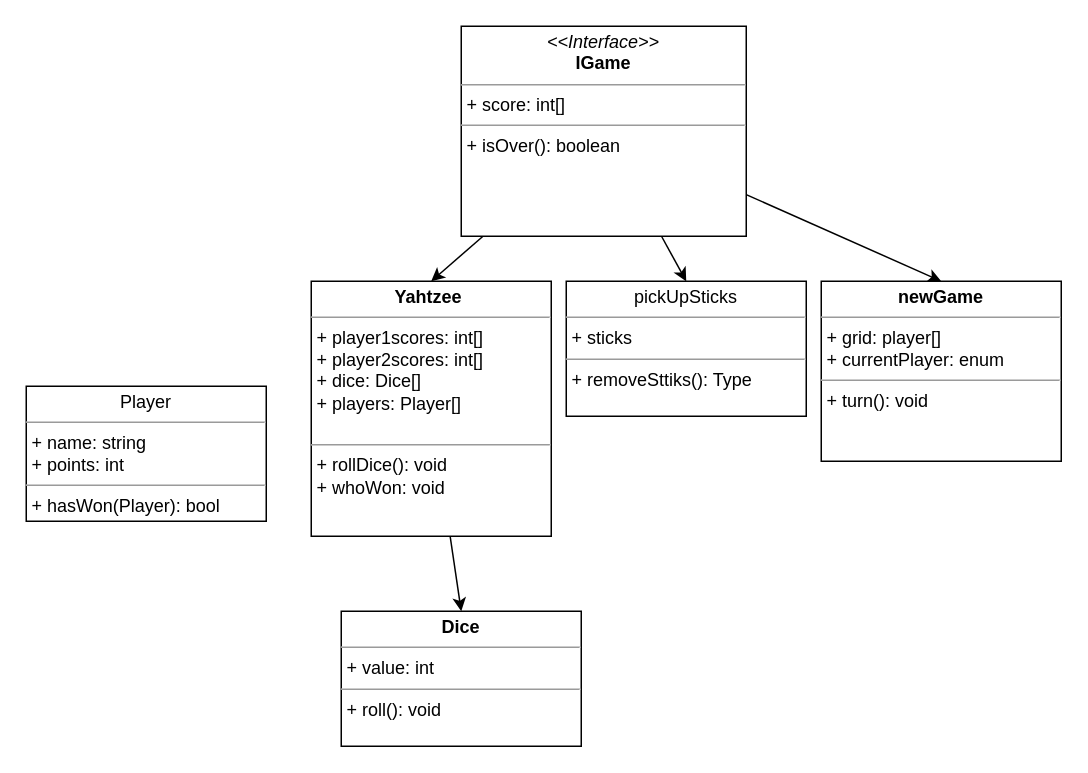
This is finalproject.drawio from pokreman06/finalProject, a draw.io file, before an edit. Source tidied: cells renumbered, new cells numbered last; positions are measured from the earlier drawing's top-left corner, leaving out a move shared by most shapes. Both pictures are drawn from the tidied source at 150%, with x=0, y=0 at pixel (26, 26).
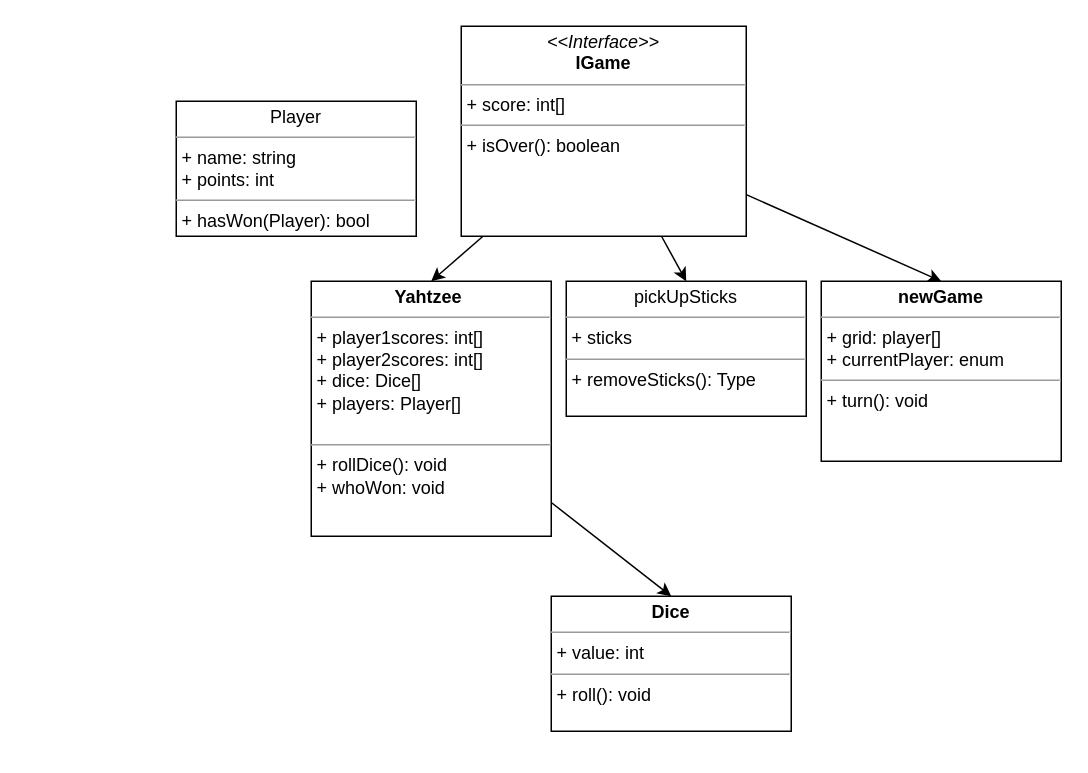
After the change.

What changed in the source:
```diff
@@
 <mxGraphModel>
   <root>
     <mxCell id="0" />
     <mxCell id="1" parent="0" />
     <mxCell id="2" value="&lt;p style=&quot;margin: 0px ; margin-top: 4px ; text-align: center&quot;&gt;Player&lt;/p&gt;&lt;hr size=&quot;1&quot;&gt;&lt;p style=&quot;margin: 0px ; margin-left: 4px&quot;&gt;+ name: string&lt;/p&gt;&lt;p style=&quot;margin: 0px ; margin-left: 4px&quot;&gt;+ points: int&lt;/p&gt;&lt;hr size=&quot;1&quot;&gt;&lt;p style=&quot;margin: 0px ; margin-left: 4px&quot;&gt;+ hasWon(Player): bool&lt;/p&gt;" style="verticalAlign=top;align=left;overflow=fill;fontSize=12;fontFamily=Helvetica;html=1;" parent="1" vertex="1">
-      <mxGeometry y="240" width="160" height="90" as="geometry" />
+      <mxGeometry x="100" y="50" width="160" height="90" as="geometry" />
     </mxCell>
     <mxCell id="3" style="edgeStyle=none;html=1;entryX=0.5;entryY=0;entryDx=0;entryDy=0;" parent="1" edge="1" source="6" target="9">
       <mxGeometry relative="1" as="geometry" />
     </mxCell>
     <mxCell id="4" style="edgeStyle=none;html=1;entryX=0.5;entryY=0;entryDx=0;entryDy=0;" parent="1" edge="1" source="6" target="7">
       <mxGeometry relative="1" as="geometry" />
     </mxCell>
     <mxCell id="5" style="edgeStyle=none;html=1;entryX=0.5;entryY=0;entryDx=0;entryDy=0;" parent="1" edge="1" source="6" target="10">
       <mxGeometry relative="1" as="geometry" />
     </mxCell>
     <mxCell id="6" value="&lt;p style=&quot;margin: 0px ; margin-top: 4px ; text-align: center&quot;&gt;&lt;i&gt;&amp;lt;&amp;lt;Interface&amp;gt;&amp;gt;&lt;/i&gt;&lt;br&gt;&lt;b&gt;IGame&lt;/b&gt;&lt;/p&gt;&lt;hr size=&quot;1&quot;&gt;&lt;p style=&quot;margin: 0px ; margin-left: 4px&quot;&gt;+ score: int[]&lt;br&gt;&lt;/p&gt;&lt;hr size=&quot;1&quot;&gt;&lt;p style=&quot;margin: 0px ; margin-left: 4px&quot;&gt;+ isOver(): boolean&lt;br&gt;&lt;/p&gt;" style="verticalAlign=top;align=left;overflow=fill;fontSize=12;fontFamily=Helvetica;html=1;" parent="1" vertex="1">
       <mxGeometry x="290" width="190" height="140" as="geometry" />
     </mxCell>
-    <mxCell id="7" value="&lt;p style=&quot;margin: 0px ; margin-top: 4px ; text-align: center&quot;&gt;pickUpSticks&lt;/p&gt;&lt;hr size=&quot;1&quot;&gt;&lt;p style=&quot;margin: 0px ; margin-left: 4px&quot;&gt;+ sticks&lt;/p&gt;&lt;hr size=&quot;1&quot;&gt;&lt;p style=&quot;margin: 0px ; margin-left: 4px&quot;&gt;+ removeSttiks(): Type&lt;/p&gt;" style="verticalAlign=top;align=left;overflow=fill;fontSize=12;fontFamily=Helvetica;html=1;" parent="1" vertex="1">
+    <mxCell id="7" value="&lt;p style=&quot;margin: 0px ; margin-top: 4px ; text-align: center&quot;&gt;pickUpSticks&lt;/p&gt;&lt;hr size=&quot;1&quot;&gt;&lt;p style=&quot;margin: 0px ; margin-left: 4px&quot;&gt;+ sticks&lt;/p&gt;&lt;hr size=&quot;1&quot;&gt;&lt;p style=&quot;margin: 0px ; margin-left: 4px&quot;&gt;+ removeSticks(): Type&lt;/p&gt;" style="verticalAlign=top;align=left;overflow=fill;fontSize=12;fontFamily=Helvetica;html=1;" parent="1" vertex="1">
       <mxGeometry x="360" y="170" width="160" height="90" as="geometry" />
     </mxCell>
     <mxCell id="8" style="edgeStyle=none;html=1;entryX=0.5;entryY=0;entryDx=0;entryDy=0;" parent="1" edge="1" source="9" target="11">
       <mxGeometry relative="1" as="geometry" />
     </mxCell>
     <mxCell id="9" value="&lt;p style=&quot;margin: 0px ; margin-top: 4px ; text-align: center&quot;&gt;&lt;b&gt;Yahtzee&amp;nbsp;&lt;/b&gt;&lt;/p&gt;&lt;hr size=&quot;1&quot;&gt;&lt;p style=&quot;margin: 0px ; margin-left: 4px&quot;&gt;+ player1scores: int[]&lt;/p&gt;&lt;p style=&quot;margin: 0px ; margin-left: 4px&quot;&gt;+ player2scores: int[]&lt;br&gt;&lt;/p&gt;&lt;p style=&quot;margin: 0px ; margin-left: 4px&quot;&gt;+ dice: Dice[]&lt;/p&gt;&lt;p style=&quot;margin: 0px ; margin-left: 4px&quot;&gt;+ players: Player[]&lt;/p&gt;&lt;p style=&quot;margin: 0px ; margin-left: 4px&quot;&gt;&lt;br&gt;&lt;/p&gt;&lt;hr size=&quot;1&quot;&gt;&lt;p style=&quot;margin: 0px ; margin-left: 4px&quot;&gt;+ rollDice(): void&amp;nbsp;&lt;/p&gt;&lt;p style=&quot;margin: 0px ; margin-left: 4px&quot;&gt;+ whoWon: void&lt;/p&gt;" style="verticalAlign=top;align=left;overflow=fill;fontSize=12;fontFamily=Helvetica;html=1;" parent="1" vertex="1">
       <mxGeometry x="190" y="170" width="160" height="170" as="geometry" />
     </mxCell>
     <mxCell id="10" value="&lt;p style=&quot;margin: 0px ; margin-top: 4px ; text-align: center&quot;&gt;&lt;b&gt;newGame&lt;/b&gt;&lt;/p&gt;&lt;hr size=&quot;1&quot;&gt;&lt;p style=&quot;margin: 0px ; margin-left: 4px&quot;&gt;+ grid: player[]&lt;/p&gt;&lt;p style=&quot;margin: 0px ; margin-left: 4px&quot;&gt;+ currentPlayer: enum&lt;/p&gt;&lt;hr size=&quot;1&quot;&gt;&lt;p style=&quot;margin: 0px ; margin-left: 4px&quot;&gt;+ turn(): void&lt;/p&gt;" style="verticalAlign=top;align=left;overflow=fill;fontSize=12;fontFamily=Helvetica;html=1;" parent="1" vertex="1">
       <mxGeometry x="530" y="170" width="160" height="120" as="geometry" />
     </mxCell>
     <mxCell id="11" value="&lt;p style=&quot;margin: 0px ; margin-top: 4px ; text-align: center&quot;&gt;&lt;b&gt;Dice&lt;/b&gt;&lt;/p&gt;&lt;hr size=&quot;1&quot;&gt;&lt;p style=&quot;margin: 0px ; margin-left: 4px&quot;&gt;+ value: int&lt;/p&gt;&lt;hr size=&quot;1&quot;&gt;&lt;p style=&quot;margin: 0px ; margin-left: 4px&quot;&gt;+ roll(): void&lt;/p&gt;" style="verticalAlign=top;align=left;overflow=fill;fontSize=12;fontFamily=Helvetica;html=1;" parent="1" vertex="1">
-      <mxGeometry x="210" y="390" width="160" height="90" as="geometry" />
+      <mxGeometry x="350" y="380" width="160" height="90" as="geometry" />
     </mxCell>
   </root>
 </mxGraphModel>
```
